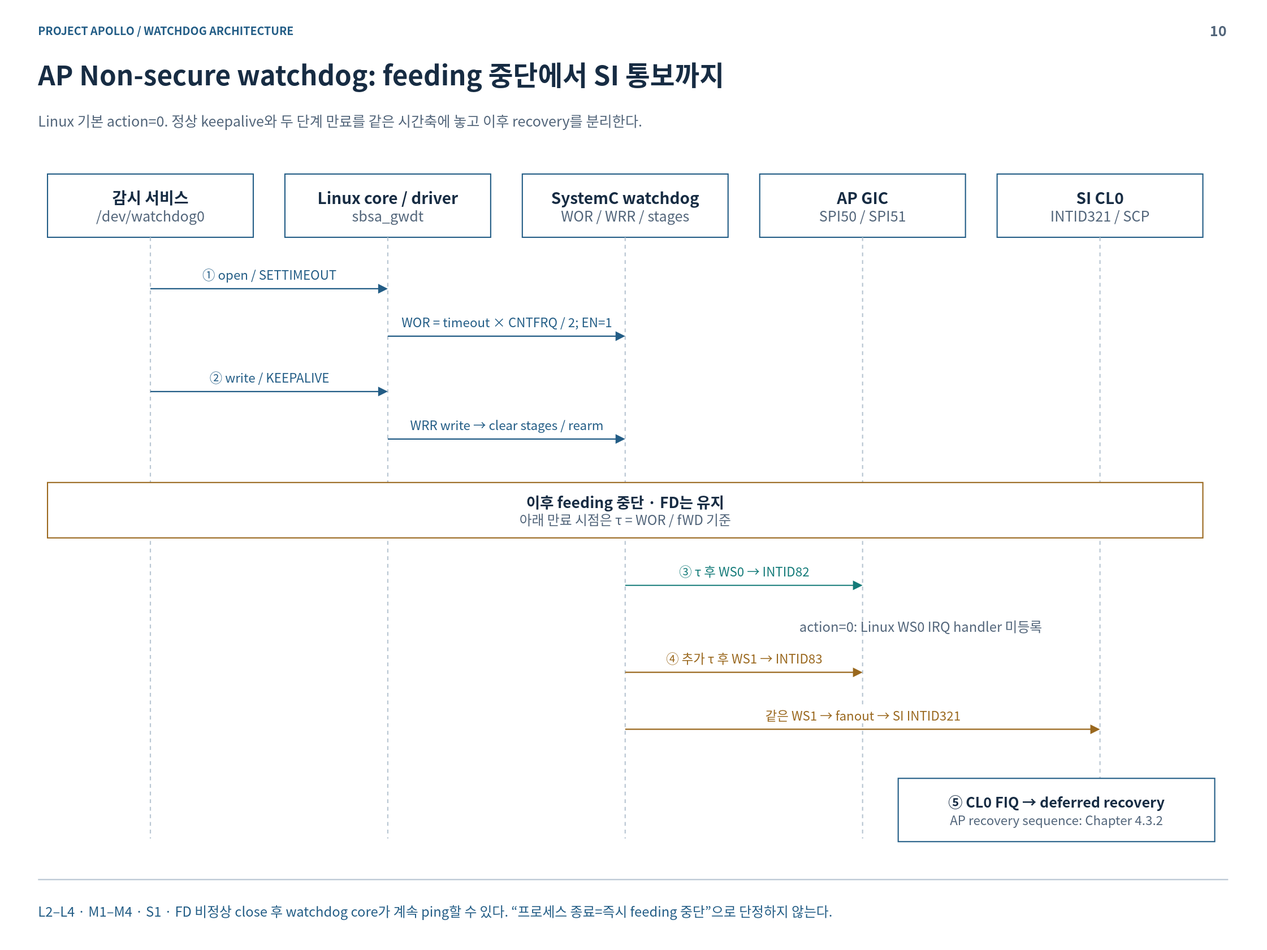
The draw.io diagram doc/phase1/watchdog/diagrams/10-linux-sequence.drawio.svg in cometzero/project-apollo, before a commit. Source tidied: cells renumbered, new cells last; positions are measured from the earlier drawing's top-left corner, leaving out a move shared by most shapes.
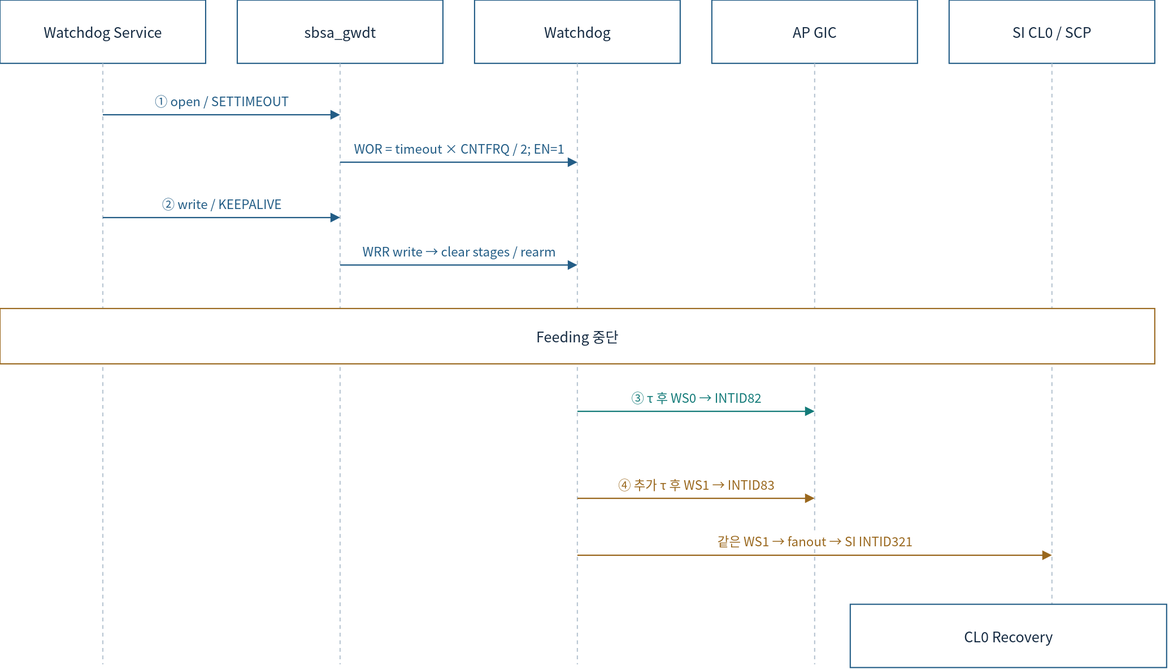
After the change.

What changed in the source:
```diff
@@ -2,31 +2,7 @@
   <root>
     <mxCell id="0" />
     <mxCell id="1" parent="0" />
-    <mxCell id="2" style="rounded=0;whiteSpace=wrap;html=1;fillColor=#FFFFFF;strokeWidth=1.5;fontFamily=Noto Sans CJK KR;fontSize=18;spacing=12;fontColor=#172C43;strokeColor=none;" parent="1" vertex="1">
-      <mxGeometry width="1600" height="1200" as="geometry" />
-    </mxCell>
-    <mxCell id="3" value="PROJECT APOLLO / WATCHDOG ARCHITECTURE" style="rounded=0;whiteSpace=wrap;html=1;fillColor=#FFFFFF;strokeWidth=1.5;fontFamily=Noto Sans CJK KR;fontSize=18;spacing=12;fontColor=#172C43;strokeColor=none;fillColor=none;spacing=0;align=left;verticalAlign=middle;fontSize=14;fontColor=#235D86;fontStyle=1;" parent="1" vertex="1">
-      <mxGeometry x="48" y="26" width="1400" height="24" as="geometry" />
-    </mxCell>
-    <mxCell id="4" value="10" style="rounded=0;whiteSpace=wrap;html=1;fillColor=#FFFFFF;strokeWidth=1.5;fontFamily=Noto Sans CJK KR;fontSize=18;spacing=12;fontColor=#172C43;strokeColor=none;fillColor=none;spacing=0;align=right;verticalAlign=middle;fontSize=18;fontColor=#52657A;fontStyle=1;" parent="1" vertex="1">
-      <mxGeometry x="1485" y="23" width="65" height="30" as="geometry" />
-    </mxCell>
-    <mxCell id="5" value="AP Non-secure watchdog: feeding 중단에서 SI 통보까지" style="rounded=0;whiteSpace=wrap;html=1;fillColor=#FFFFFF;strokeWidth=1.5;fontFamily=Noto Sans CJK KR;fontSize=18;spacing=12;fontColor=#172C43;strokeColor=none;fillColor=none;spacing=0;align=left;verticalAlign=middle;fontSize=34;fontColor=#172C43;fontStyle=1;" parent="1" vertex="1">
-      <mxGeometry x="48" y="67" width="1504" height="54" as="geometry" />
-    </mxCell>
-    <mxCell id="6" value="Linux 기본 action=0. 정상 keepalive와 두 단계 만료를 같은 시간축에 놓고 이후 recovery를 분리한다." style="rounded=0;whiteSpace=wrap;html=1;fillColor=#FFFFFF;strokeWidth=1.5;fontFamily=Noto Sans CJK KR;fontSize=18;spacing=12;fontColor=#172C43;strokeColor=none;fillColor=none;spacing=0;align=left;verticalAlign=middle;fontSize=18;fontColor=#52657A;fontStyle=0;" parent="1" vertex="1">
-      <mxGeometry x="48" y="127" width="1504" height="50" as="geometry" />
-    </mxCell>
-    <mxCell id="7" style="html=1;whiteSpace=nowrap;edgeStyle=none;endArrow=none;endSize=8;strokeWidth=1.6;strokeColor=#BAC7D3;fontColor=#BAC7D3;fontFamily=Noto Sans CJK KR;fontSize=16;labelBackgroundColor=#FFFFFF;dashed=0;" parent="1" edge="1">
-      <mxGeometry relative="1" as="geometry">
-        <mxPoint x="48" y="1112" as="sourcePoint" />
-        <mxPoint x="1552" y="1112" as="targetPoint" />
-      </mxGeometry>
-    </mxCell>
-    <mxCell id="8" value="L2–L4 · M1–M4 · S1 · FD 비정상 close 후 watchdog core가 계속 ping할 수 있다. “프로세스 종료=즉시 feeding 중단”으로 단정하지 않는다." style="rounded=0;whiteSpace=wrap;html=1;fillColor=#FFFFFF;strokeWidth=1.5;fontFamily=Noto Sans CJK KR;fontSize=18;spacing=12;fontColor=#172C43;strokeColor=none;fillColor=none;spacing=0;align=left;verticalAlign=middle;fontSize=17;fontColor=#235D86;fontStyle=0;" parent="1" vertex="1">
-      <mxGeometry x="48" y="1127" width="1504" height="50" as="geometry" />
-    </mxCell>
-    <mxCell id="9" value="&lt;b style=&quot;font-size:20px&quot;&gt;감시 서비스&lt;/b&gt;&lt;br&gt;&lt;font color=&quot;#52657A&quot; style=&quot;font-size:18px&quot;&gt;/dev/watchdog0&lt;/font&gt;" style="rounded=0;whiteSpace=wrap;html=1;fillColor=#FFFFFF;strokeWidth=1.5;fontFamily=Noto Sans CJK KR;fontSize=18;spacing=12;fontColor=#172C43;strokeColor=#235D86;" parent="1" vertex="1">
+    <mxCell id="9" value="Watchdog Service" style="rounded=0;whiteSpace=wrap;html=1;fillColor=#FFFFFF;strokeWidth=1.5;fontFamily=Noto Sans CJK KR;fontSize=18;spacing=12;fontColor=#172C43;strokeColor=#235D86;" parent="1" vertex="1">
       <mxGeometry x="60" y="220" width="260" height="80" as="geometry" />
     </mxCell>
     <mxCell id="10" style="html=1;whiteSpace=nowrap;edgeStyle=none;endArrow=none;endSize=8;strokeWidth=1.6;strokeColor=#BAC7D3;fontColor=#BAC7D3;fontFamily=Noto Sans CJK KR;fontSize=16;labelBackgroundColor=#FFFFFF;dashed=1;" parent="1" edge="1">
@@ -35,7 +11,7 @@
         <mxPoint x="190" y="1060" as="targetPoint" />
       </mxGeometry>
     </mxCell>
-    <mxCell id="11" value="&lt;b style=&quot;font-size:20px&quot;&gt;Linux core / driver&lt;/b&gt;&lt;br&gt;&lt;font color=&quot;#52657A&quot; style=&quot;font-size:18px&quot;&gt;sbsa_gwdt&lt;/font&gt;" style="rounded=0;whiteSpace=wrap;html=1;fillColor=#FFFFFF;strokeWidth=1.5;fontFamily=Noto Sans CJK KR;fontSize=18;spacing=12;fontColor=#172C43;strokeColor=#235D86;" parent="1" vertex="1">
+    <mxCell id="11" value="sbsa_gwdt" style="rounded=0;whiteSpace=wrap;html=1;fillColor=#FFFFFF;strokeWidth=1.5;fontFamily=Noto Sans CJK KR;fontSize=18;spacing=12;fontColor=#172C43;strokeColor=#235D86;" parent="1" vertex="1">
       <mxGeometry x="360" y="220" width="260" height="80" as="geometry" />
     </mxCell>
     <mxCell id="12" style="html=1;whiteSpace=nowrap;edgeStyle=none;endArrow=none;endSize=8;strokeWidth=1.6;strokeColor=#BAC7D3;fontColor=#BAC7D3;fontFamily=Noto Sans CJK KR;fontSize=16;labelBackgroundColor=#FFFFFF;dashed=1;" parent="1" edge="1">
@@ -44,7 +20,7 @@
         <mxPoint x="490" y="1060" as="targetPoint" />
       </mxGeometry>
     </mxCell>
-    <mxCell id="13" value="&lt;b style=&quot;font-size:20px&quot;&gt;SystemC watchdog&lt;/b&gt;&lt;br&gt;&lt;font color=&quot;#52657A&quot; style=&quot;font-size:18px&quot;&gt;WOR / WRR / stages&lt;/font&gt;" style="rounded=0;whiteSpace=wrap;html=1;fillColor=#FFFFFF;strokeWidth=1.5;fontFamily=Noto Sans CJK KR;fontSize=18;spacing=12;fontColor=#172C43;strokeColor=#235D86;" parent="1" vertex="1">
+    <mxCell id="13" value="Watchdog" style="rounded=0;whiteSpace=wrap;html=1;fillColor=#FFFFFF;strokeWidth=1.5;fontFamily=Noto Sans CJK KR;fontSize=18;spacing=12;fontColor=#172C43;strokeColor=#235D86;" parent="1" vertex="1">
       <mxGeometry x="660" y="220" width="260" height="80" as="geometry" />
     </mxCell>
     <mxCell id="14" style="html=1;whiteSpace=nowrap;edgeStyle=none;endArrow=none;endSize=8;strokeWidth=1.6;strokeColor=#BAC7D3;fontColor=#BAC7D3;fontFamily=Noto Sans CJK KR;fontSize=16;labelBackgroundColor=#FFFFFF;dashed=1;" parent="1" edge="1">
@@ -53,7 +29,7 @@
         <mxPoint x="790" y="1060" as="targetPoint" />
       </mxGeometry>
     </mxCell>
-    <mxCell id="15" value="&lt;b style=&quot;font-size:20px&quot;&gt;AP GIC&lt;/b&gt;&lt;br&gt;&lt;font color=&quot;#52657A&quot; style=&quot;font-size:18px&quot;&gt;SPI50 / SPI51&lt;/font&gt;" style="rounded=0;whiteSpace=wrap;html=1;fillColor=#FFFFFF;strokeWidth=1.5;fontFamily=Noto Sans CJK KR;fontSize=18;spacing=12;fontColor=#172C43;strokeColor=#235D86;" parent="1" vertex="1">
+    <mxCell id="15" value="AP GIC" style="rounded=0;whiteSpace=wrap;html=1;fillColor=#FFFFFF;strokeWidth=1.5;fontFamily=Noto Sans CJK KR;fontSize=18;spacing=12;fontColor=#172C43;strokeColor=#235D86;" parent="1" vertex="1">
       <mxGeometry x="960" y="220" width="260" height="80" as="geometry" />
     </mxCell>
     <mxCell id="16" style="html=1;whiteSpace=nowrap;edgeStyle=none;endArrow=none;endSize=8;strokeWidth=1.6;strokeColor=#BAC7D3;fontColor=#BAC7D3;fontFamily=Noto Sans CJK KR;fontSize=16;labelBackgroundColor=#FFFFFF;dashed=1;" parent="1" edge="1">
@@ -62,7 +38,7 @@
         <mxPoint x="1090" y="1060" as="targetPoint" />
       </mxGeometry>
     </mxCell>
-    <mxCell id="17" value="&lt;b style=&quot;font-size:20px&quot;&gt;SI CL0&lt;/b&gt;&lt;br&gt;&lt;font color=&quot;#52657A&quot; style=&quot;font-size:18px&quot;&gt;INTID321 / SCP&lt;/font&gt;" style="rounded=0;whiteSpace=wrap;html=1;fillColor=#FFFFFF;strokeWidth=1.5;fontFamily=Noto Sans CJK KR;fontSize=18;spacing=12;fontColor=#172C43;strokeColor=#235D86;" parent="1" vertex="1">
+    <mxCell id="17" value="SI CL0 / SCP" style="rounded=0;whiteSpace=wrap;html=1;fillColor=#FFFFFF;strokeWidth=1.5;fontFamily=Noto Sans CJK KR;fontSize=18;spacing=12;fontColor=#172C43;strokeColor=#235D86;" parent="1" vertex="1">
       <mxGeometry x="1260" y="220" width="260" height="80" as="geometry" />
     </mxCell>
     <mxCell id="18" style="html=1;whiteSpace=nowrap;edgeStyle=none;endArrow=none;endSize=8;strokeWidth=1.6;strokeColor=#BAC7D3;fontColor=#BAC7D3;fontFamily=Noto Sans CJK KR;fontSize=16;labelBackgroundColor=#FFFFFF;dashed=1;" parent="1" edge="1">
@@ -99,7 +75,7 @@
         <mxPoint y="-18" as="offset" />
       </mxGeometry>
     </mxCell>
-    <mxCell id="23" value="&lt;b style=&quot;font-size:19px&quot;&gt;이후 feeding 중단 · FD는 유지&lt;/b&gt;&lt;br&gt;&lt;font color=&quot;#52657A&quot; style=&quot;font-size:17px&quot;&gt;아래 만료 시점은 τ = WOR / fWD 기준&lt;/font&gt;" style="rounded=0;whiteSpace=wrap;html=1;fillColor=#FFFFFF;strokeWidth=1.5;fontFamily=Noto Sans CJK KR;fontSize=18;spacing=12;fontColor=#172C43;strokeColor=#9A681E;" parent="1" vertex="1">
+    <mxCell id="23" value="Feeding 중단" style="rounded=0;whiteSpace=wrap;html=1;fillColor=#FFFFFF;strokeWidth=1.5;fontFamily=Noto Sans CJK KR;fontSize=18;spacing=12;fontColor=#172C43;strokeColor=#9A681E;" parent="1" vertex="1">
       <mxGeometry x="60" y="610" width="1460" height="70" as="geometry" />
     </mxCell>
     <mxCell id="24" value="③ τ 후 WS0 → INTID82" style="html=1;whiteSpace=nowrap;edgeStyle=none;endArrow=block;endSize=8;strokeWidth=1.6;strokeColor=#147B79;fontColor=#147B79;fontFamily=Noto Sans CJK KR;fontSize=16;labelBackgroundColor=#FFFFFF;dashed=0;" parent="1" edge="1">
@@ -109,9 +85,6 @@
         <mxPoint y="-18" as="offset" />
       </mxGeometry>
     </mxCell>
-    <mxCell id="25" value="action=0: Linux WS0 IRQ handler 미등록" style="rounded=0;whiteSpace=wrap;html=1;fillColor=#FFFFFF;strokeWidth=1.5;fontFamily=Noto Sans CJK KR;fontSize=18;spacing=12;fontColor=#172C43;strokeColor=none;fillColor=none;spacing=0;align=left;verticalAlign=middle;fontSize=17;fontColor=#52657A;fontStyle=0;" parent="1" vertex="1">
-      <mxGeometry x="1010" y="769" width="500" height="45" as="geometry" />
-    </mxCell>
     <mxCell id="26" value="④ 추가 τ 후 WS1 → INTID83" style="html=1;whiteSpace=nowrap;edgeStyle=none;endArrow=block;endSize=8;strokeWidth=1.6;strokeColor=#9A681E;fontColor=#9A681E;fontFamily=Noto Sans CJK KR;fontSize=16;labelBackgroundColor=#FFFFFF;dashed=0;" parent="1" edge="1">
       <mxGeometry relative="1" as="geometry">
         <mxPoint x="790" y="850" as="sourcePoint" />
@@ -126,7 +99,7 @@
         <mxPoint y="-18" as="offset" />
       </mxGeometry>
     </mxCell>
-    <mxCell id="28" value="&lt;b style=&quot;font-size:18px&quot;&gt;⑤ CL0 FIQ → deferred recovery&lt;/b&gt;&lt;br&gt;&lt;font color=&quot;#52657A&quot; style=&quot;font-size:16px&quot;&gt;AP recovery sequence: Chapter 4.3.2&lt;/font&gt;" style="rounded=0;whiteSpace=wrap;html=1;fillColor=#FFFFFF;strokeWidth=1.5;fontFamily=Noto Sans CJK KR;fontSize=18;spacing=12;fontColor=#172C43;strokeColor=#235D86;" parent="1" vertex="1">
+    <mxCell id="28" value="CL0 Recovery" style="rounded=0;whiteSpace=wrap;html=1;fillColor=#FFFFFF;strokeWidth=1.5;fontFamily=Noto Sans CJK KR;fontSize=18;spacing=12;fontColor=#172C43;strokeColor=#235D86;" parent="1" vertex="1">
       <mxGeometry x="1135" y="984" width="400" height="80" as="geometry" />
     </mxCell>
   </root>
```
